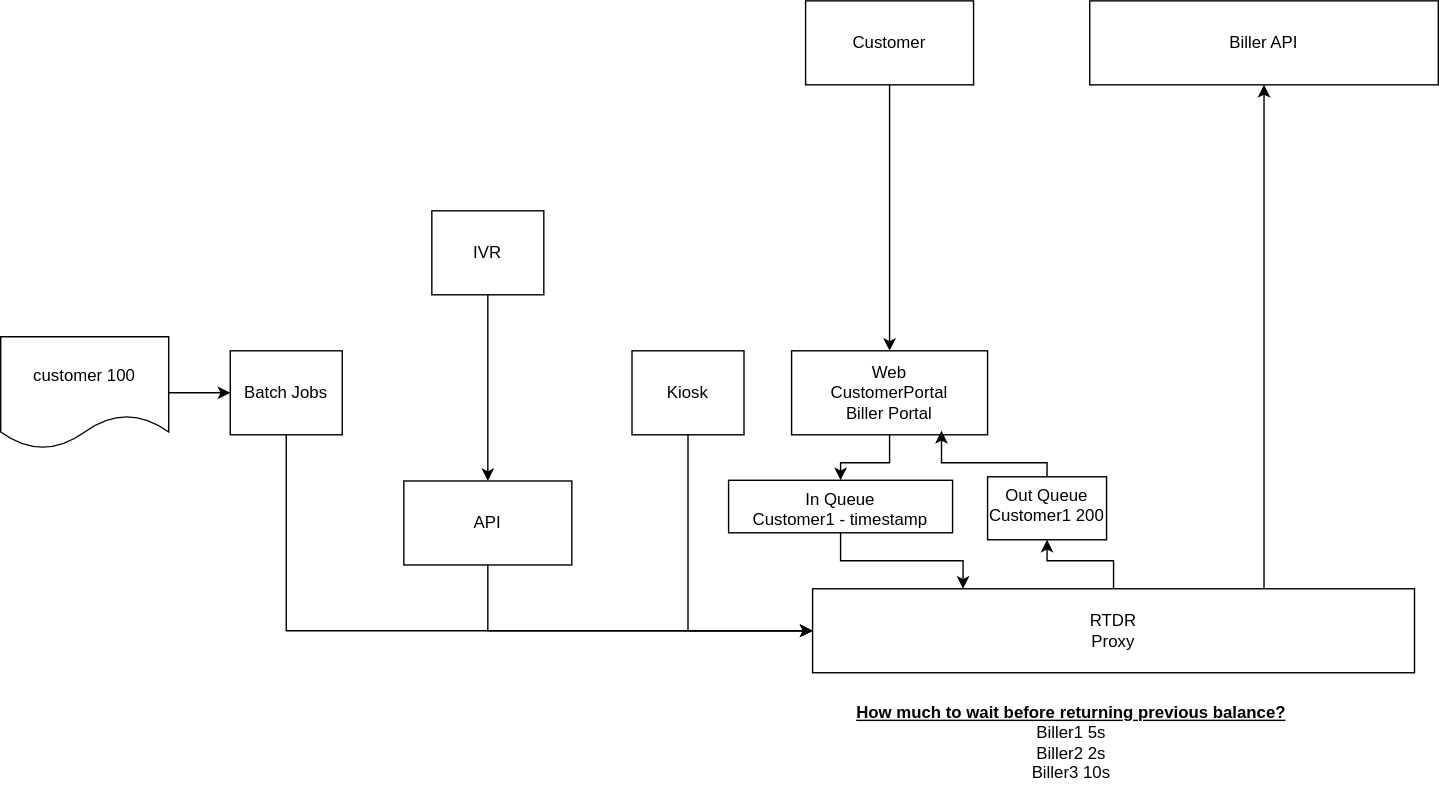
This is rtdr.svg from vjavle/invoicecloud, a draw.io export, as it was before one commit. Source tidied: cells renumbered, new cells last; positions are measured from the earlier drawing's top-left corner, leaving out a move shared by most shapes.
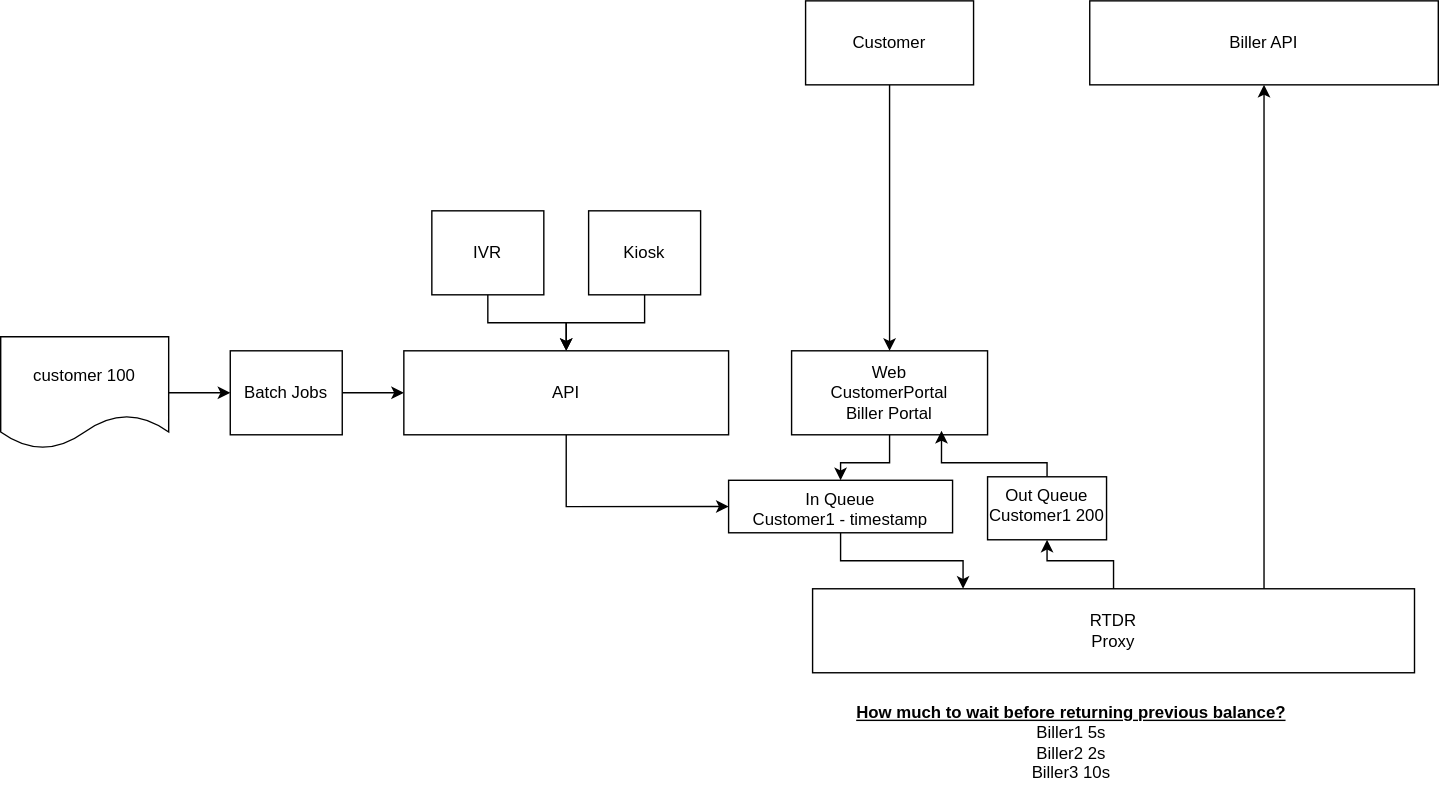
Above is the later version.

Change to the diagram source:
```diff
@@ -32,19 +32,15 @@
     <mxCell id="11" value="IVR" style="rounded=0;whiteSpace=wrap;html=1;" parent="1" vertex="1">
       <mxGeometry x="308" y="150" width="80" height="60" as="geometry" />
     </mxCell>
-    <mxCell id="12" style="edgeStyle=orthogonalEdgeStyle;rounded=0;jettySize=auto;html=1;entryX=0;entryY=0.5;entryDx=0;entryDy=0;startArrow=none;startFill=0;endArrow=classic;endFill=1;exitX=0.5;exitY=1;exitDx=0;exitDy=0;" parent="1" edge="1" source="13" target="5">
-      <mxGeometry relative="1" as="geometry" />
-    </mxCell>
+    <mxCell id="25" style="edgeStyle=orthogonalEdgeStyle;rounded=0;jettySize=auto;html=1;startArrow=none;startFill=0;endArrow=classic;endFill=1;" parent="1" edge="1" source="13" target="23">
+      <mxGeometry relative="1" as="geometry" />
+    </mxCell>
     <mxCell id="13" value="Kiosk" style="rounded=0;whiteSpace=wrap;html=1;" parent="1" vertex="1">
-      <mxGeometry x="451" y="250" width="80" height="60" as="geometry" />
+      <mxGeometry x="420" y="150" width="80" height="60" as="geometry" />
     </mxCell>
-    <mxCell id="14" style="edgeStyle=orthogonalEdgeStyle;rounded=0;jettySize=auto;html=1;entryX=0;entryY=0.5;entryDx=0;entryDy=0;startArrow=none;startFill=0;endArrow=classic;endFill=1;exitX=0.5;exitY=1;exitDx=0;exitDy=0;" parent="1" edge="1" source="15" target="5">
-      <mxGeometry relative="1" as="geometry">
-        <Array as="points">
-          <mxPoint x="204" y="450" />
-        </Array>
-      </mxGeometry>
-    </mxCell>
+    <mxCell id="26" style="edgeStyle=orthogonalEdgeStyle;rounded=0;jettySize=auto;html=1;entryX=0;entryY=0.5;entryDx=0;entryDy=0;startArrow=none;startFill=0;endArrow=classic;endFill=1;" parent="1" edge="1" source="15" target="23">
+      <mxGeometry relative="1" as="geometry" />
+    </mxCell>
     <mxCell id="15" value="Batch Jobs" style="rounded=0;whiteSpace=wrap;html=1;" parent="1" vertex="1">
       <mxGeometry x="164" y="250" width="80" height="60" as="geometry" />
     </mxCell>
@@ -71,15 +67,11 @@
     <mxCell id="21" value="Out Queue&lt;br&gt;Customer1 200" style="rounded=0;whiteSpace=wrap;html=1;verticalAlign=top;" parent="1" vertex="1">
       <mxGeometry x="705" y="340" width="85" height="45" as="geometry" />
     </mxCell>
-    <mxCell id="22" style="edgeStyle=orthogonalEdgeStyle;rounded=0;jettySize=auto;html=1;entryX=0;entryY=0.5;entryDx=0;entryDy=0;startArrow=none;startFill=0;endArrow=classic;endFill=1;" parent="1" edge="1" source="23" target="5">
-      <mxGeometry relative="1" as="geometry">
-        <Array as="points">
-          <mxPoint x="348" y="450" />
-        </Array>
-      </mxGeometry>
-    </mxCell>
+    <mxCell id="27" style="edgeStyle=orthogonalEdgeStyle;rounded=0;jettySize=auto;html=1;entryX=0;entryY=0.5;entryDx=0;entryDy=0;startArrow=none;startFill=0;endArrow=classic;endFill=1;" parent="1" edge="1" source="23" target="19">
+      <mxGeometry relative="1" as="geometry" />
+    </mxCell>
     <mxCell id="23" value="API" style="rounded=0;whiteSpace=wrap;html=1;" parent="1" vertex="1">
-      <mxGeometry x="288" y="343" width="120" height="60" as="geometry" />
+      <mxGeometry x="288" y="250" width="232" height="60" as="geometry" />
     </mxCell>
     <mxCell id="24" value="&lt;b&gt;&lt;u&gt;How much to wait before returning previous balance?&lt;/u&gt;&lt;/b&gt;&lt;br&gt;Biller1 5s&lt;br&gt;Biller2 2s&lt;br&gt;Biller3 10s" style="text;html=1;strokeColor=none;fillColor=none;align=center;verticalAlign=middle;whiteSpace=wrap;rounded=0;" parent="1" vertex="1">
       <mxGeometry x="600" y="490" width="330" height="80" as="geometry" />
```
